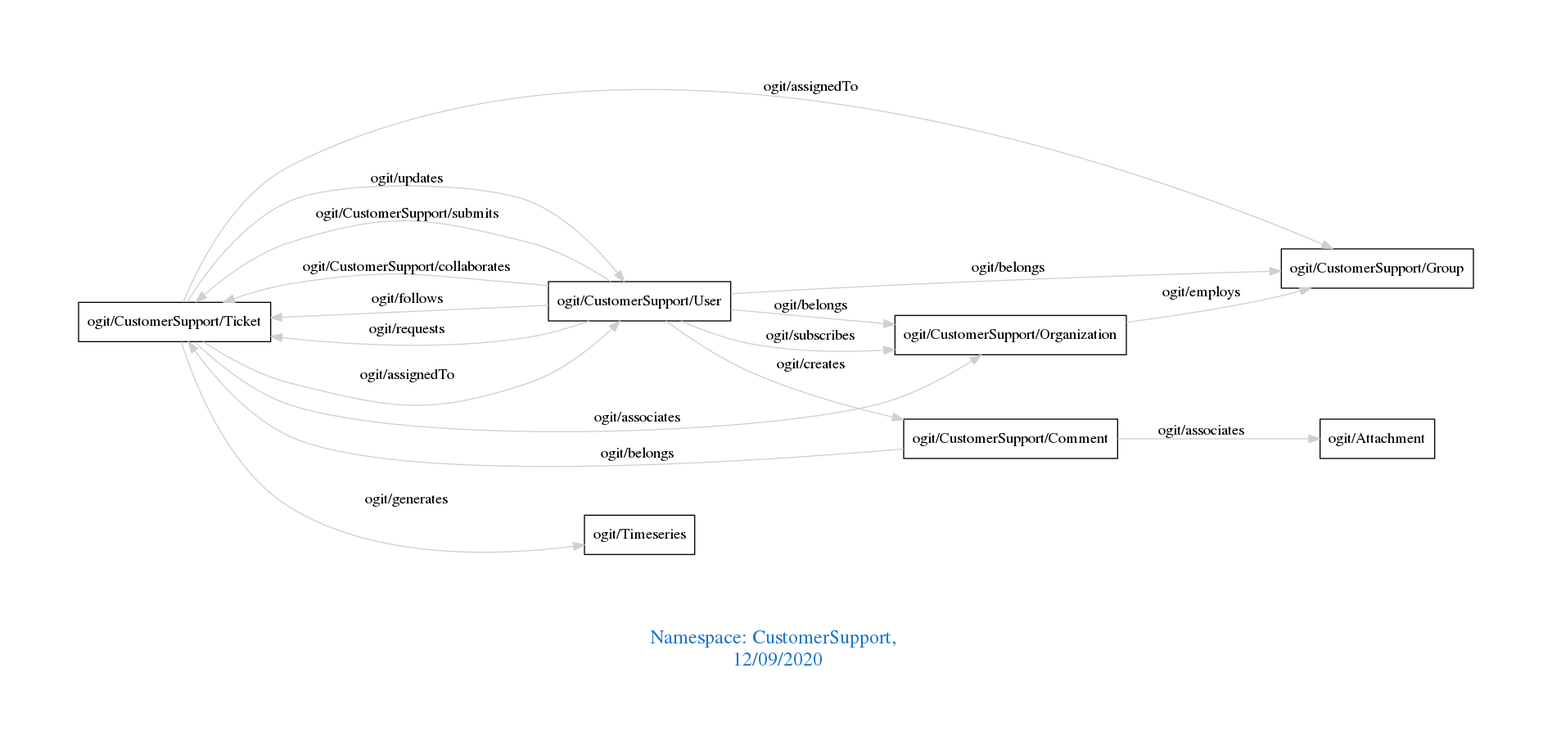
Above: downloads/CustomerSupport.png in arago/OGIT (Graphviz), before the change. Its source is kept beside it as downloads/CustomerSupport.dot.
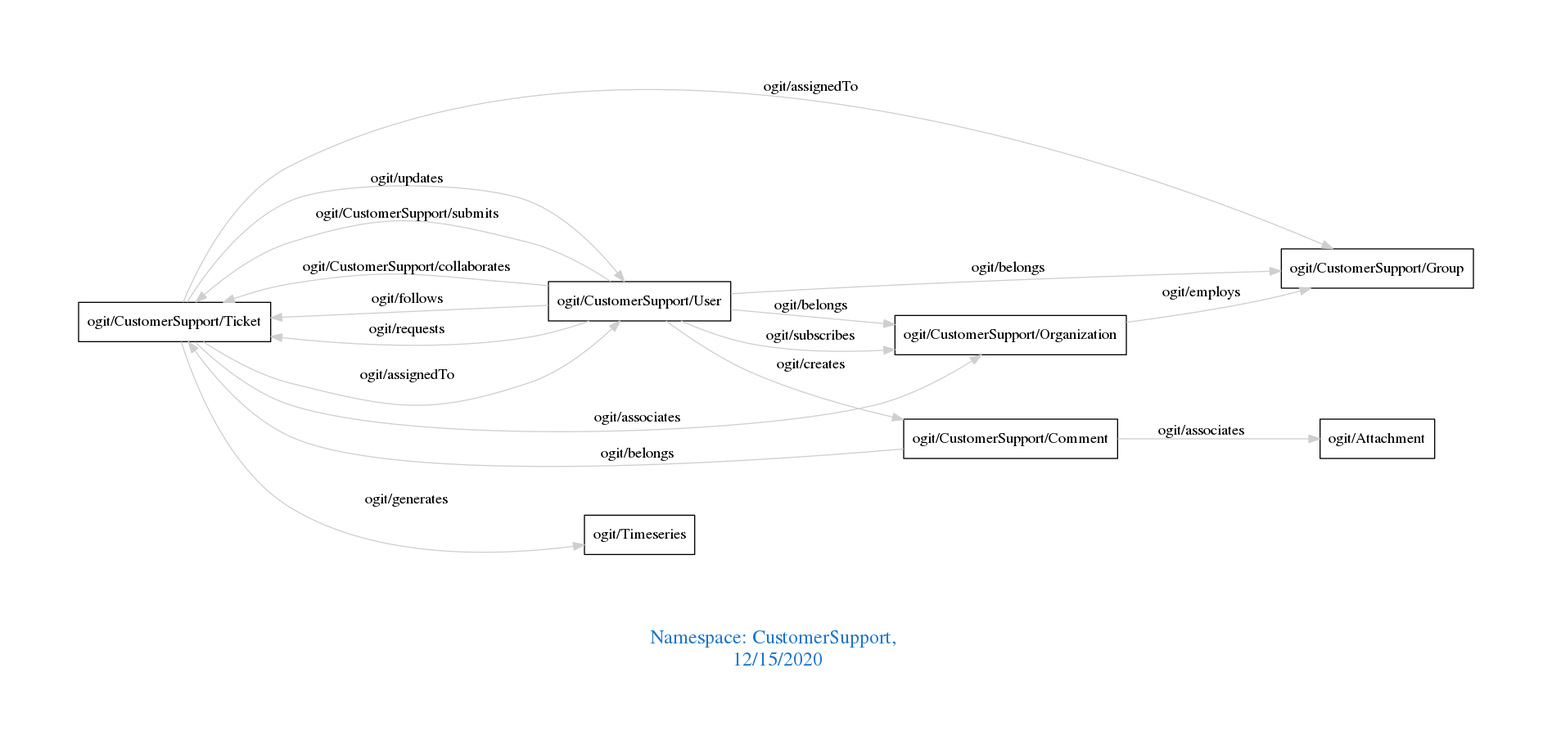
The same diagram one commit later.

Change to the diagram source:
```diff
@@ -1,7 +1,7 @@
 digraph OGIT_ontology {
  graph [ rankdir= LR,pad=1
 fontsize = 18,
-fontcolor= dodgerblue3,label = "\n\n\nNamespace: CustomerSupport, \n 12/09/2020"];
+fontcolor= dodgerblue3,label = "\n\n\nNamespace: CustomerSupport, \n 12/15/2020"];
 node[shape=polygon];
 edge [  color="gray81"];
 
```
